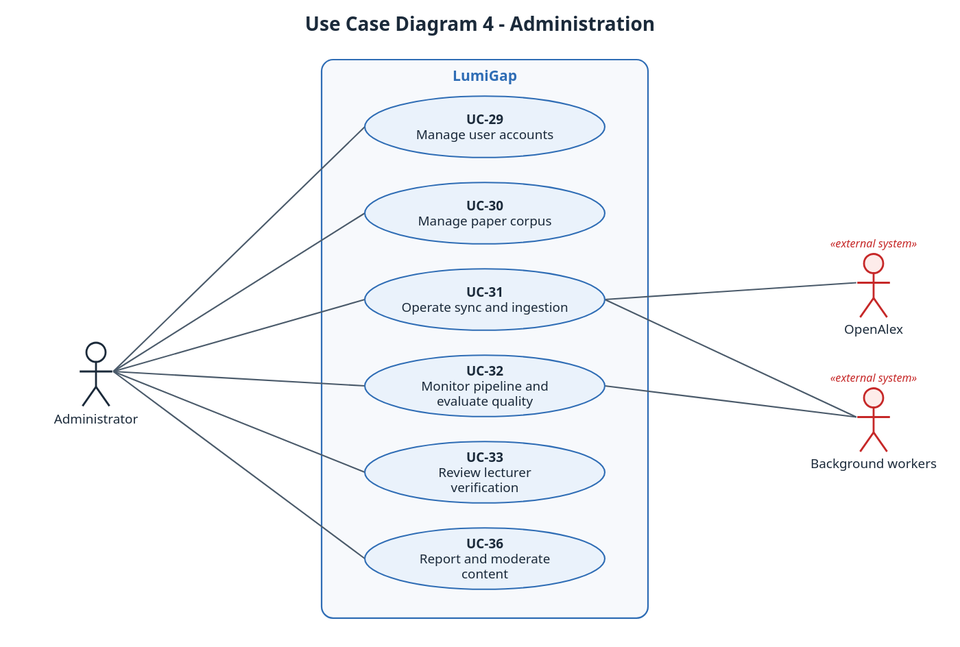
Before: docs/diagrams/report3/R3_UseCase_4_Administration.svg, a diagram exported from PlantUML (Khoa-Hoa-Technology-Solution-Company/lumi-gap). Its source is kept beside it as docs/diagrams/report3/R3_UseCase_4_Administration.puml. Its diagram source:
```plantuml
@startuml
!pragma layout smetana
skinparam dpi 150
skinparam defaultFontName "Segoe UI"
skinparam defaultFontSize 13
skinparam shadowing false
skinparam roundCorner 10
skinparam ArrowColor #4A5A6A
skinparam ArrowThickness 1.2
skinparam BorderColor #2F6DB5
skinparam BackgroundColor #FFFFFF
skinparam TitleFontSize 16
skinparam TitleFontStyle bold
skinparam usecase {
  BackgroundColor #EAF2FB
  BorderColor #2F6DB5
}
skinparam actor {
  BackgroundColor #FFFFFF
  BorderColor #1B2A3A
}
skinparam entity {
  BackgroundColor #F7FAFD
  BorderColor #2F6DB5
}
skinparam rectangle {
  BackgroundColor #F7F9FC
  BorderColor #2F6DB5
}
skinparam actorStyle awesome
skinparam actor<<System>> {
  BackgroundColor #FDECEA
  BorderColor #C62828
}
left to right direction
title Use Case Diagram 4 - Administration
actor "Administrator" as AD
actor "OpenAlex" as OA <<System>>
actor "Background workers" as WK <<System>>
rectangle "LumiGap" {
  usecase "UC-29\nManage user accounts" as UC29
  usecase "UC-30\nManage paper corpus" as UC30
  usecase "UC-31\nOperate sync and ingestion" as UC31
  usecase "UC-32\nMonitor pipeline and evaluate quality" as UC32
  usecase "UC-33\nReview lecturer verification" as UC33
  usecase "UC-36\nReport and moderate content" as UC36
}
AD -- UC29
AD -- UC30
AD -- UC31
AD -- UC32
AD -- UC33
AD -- UC36
UC31 -- OA
UC31 -- WK
UC32 -- WK
@enduml
```
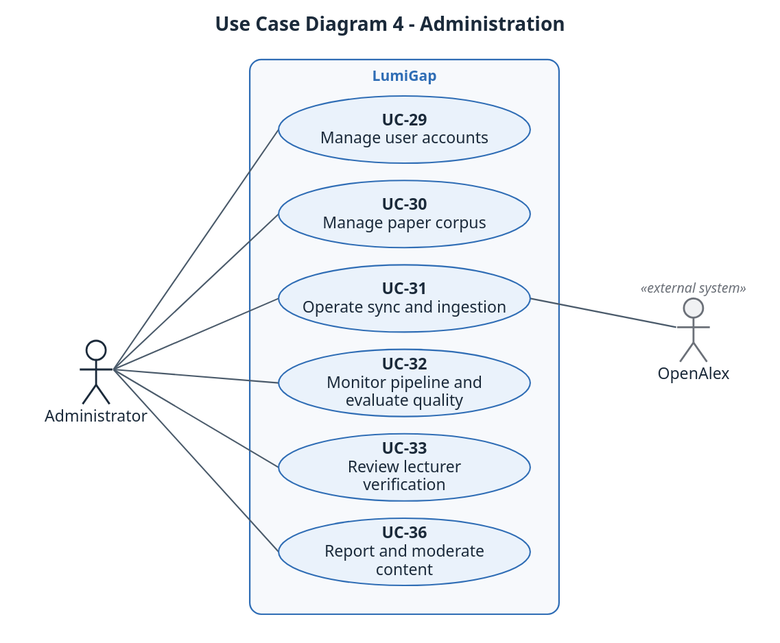
Above is the later version.

The edit, as a diff of the source:
```diff
@@ -28,15 +28,14 @@
   BorderColor #2F6DB5
 }
 skinparam actorStyle awesome
-skinparam actor<<System>> {
-  BackgroundColor #FDECEA
-  BorderColor #C62828
+skinparam actor<<external system>> {
+  BackgroundColor #F0F1F3
+  BorderColor #8A8F98
 }
 left to right direction
 title Use Case Diagram 4 - Administration
 actor "Administrator" as AD
-actor "OpenAlex" as OA <<System>>
-actor "Background workers" as WK <<System>>
+actor "OpenAlex" as OA <<external system>>
 rectangle "LumiGap" {
   usecase "UC-29\nManage user accounts" as UC29
   usecase "UC-30\nManage paper corpus" as UC30
@@ -52,6 +51,4 @@
 AD -- UC33
 AD -- UC36
 UC31 -- OA
-UC31 -- WK
-UC32 -- WK
 @enduml
```
